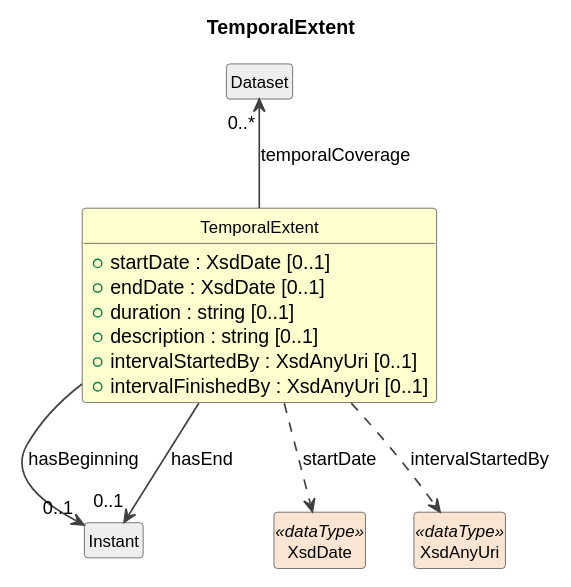
Above: cdif-uml-model/_plantuml/cdifDataStructure/Classes/TemporalExtent.svg in Cross-Domain-Interoperability-Framework/metadataBuildingBlocks (PlantUML), before the change.
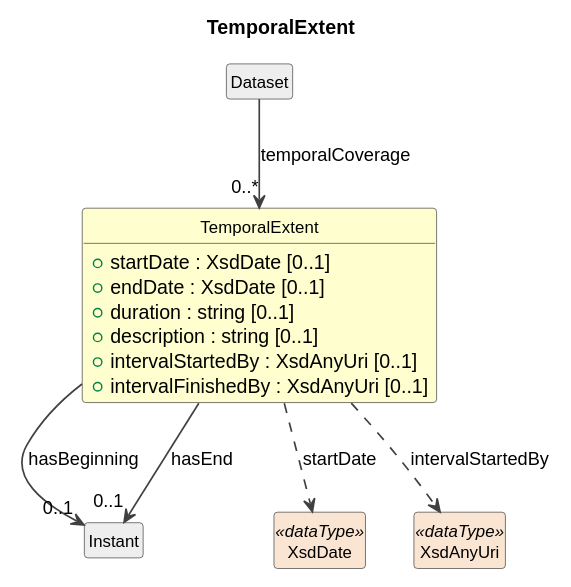
Above is the later version.

What changed in the source:
```diff
@@ -19,7 +19,7 @@
   +intervalFinishedBy : XsdAnyUri [0..1]
 }
 class "Dataset" as Dataset #EEEEEE
-Dataset "0..*" <-- TemporalExtent : temporalCoverage
+Dataset --> "0..*" TemporalExtent : temporalCoverage
 class "Instant" as Instant #EEEEEE
 TemporalExtent --> "0..1" Instant : hasBeginning
 TemporalExtent --> "0..1" Instant : hasEnd
```
